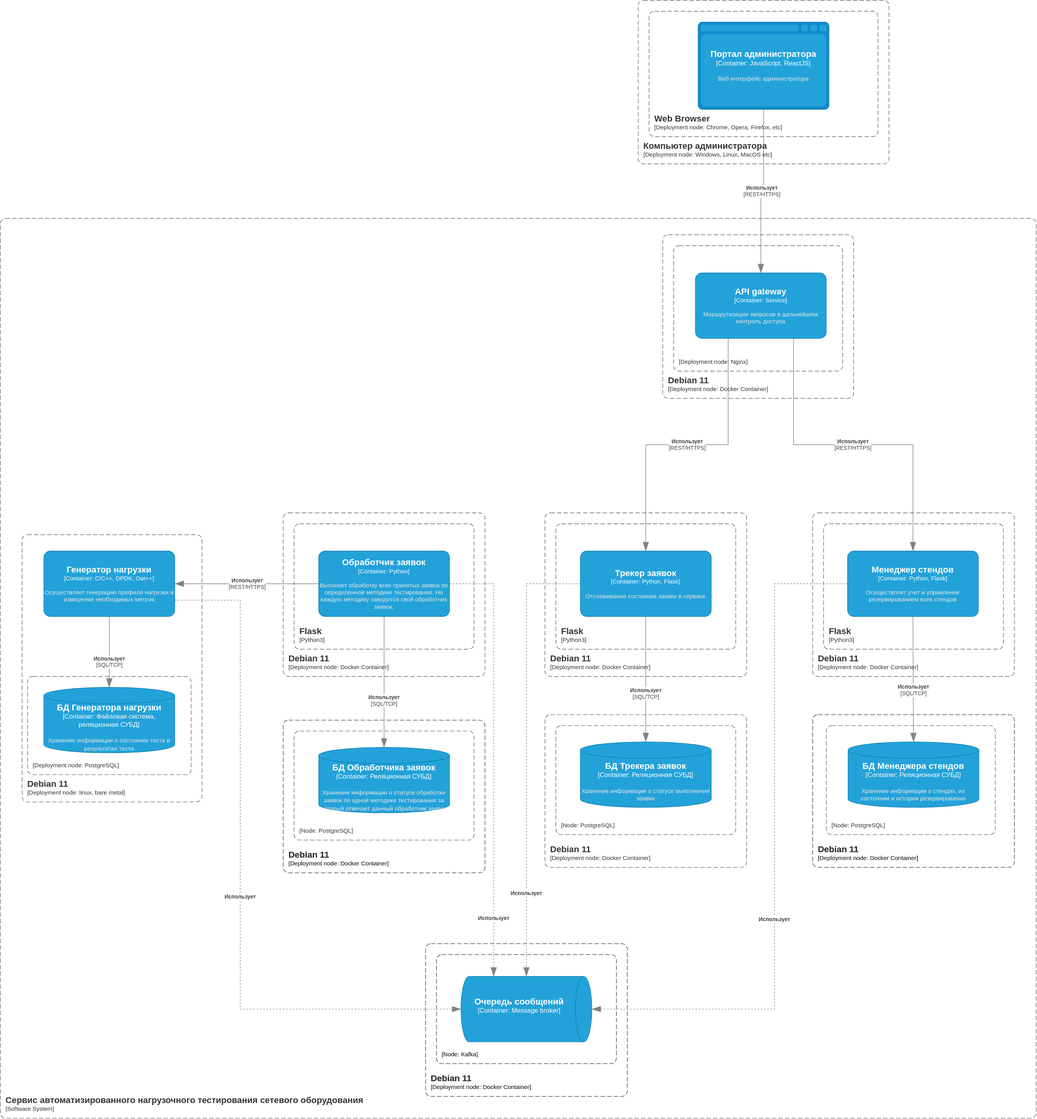
Above: graduate_project/diagrams/system_deployment.svg in ralex29/otus_software_architect_2022_09 (draw.io), before the change. Source tidied: cells renumbered, new cells last; positions are measured from the earlier drawing's top-left corner, leaving out a move shared by most shapes.
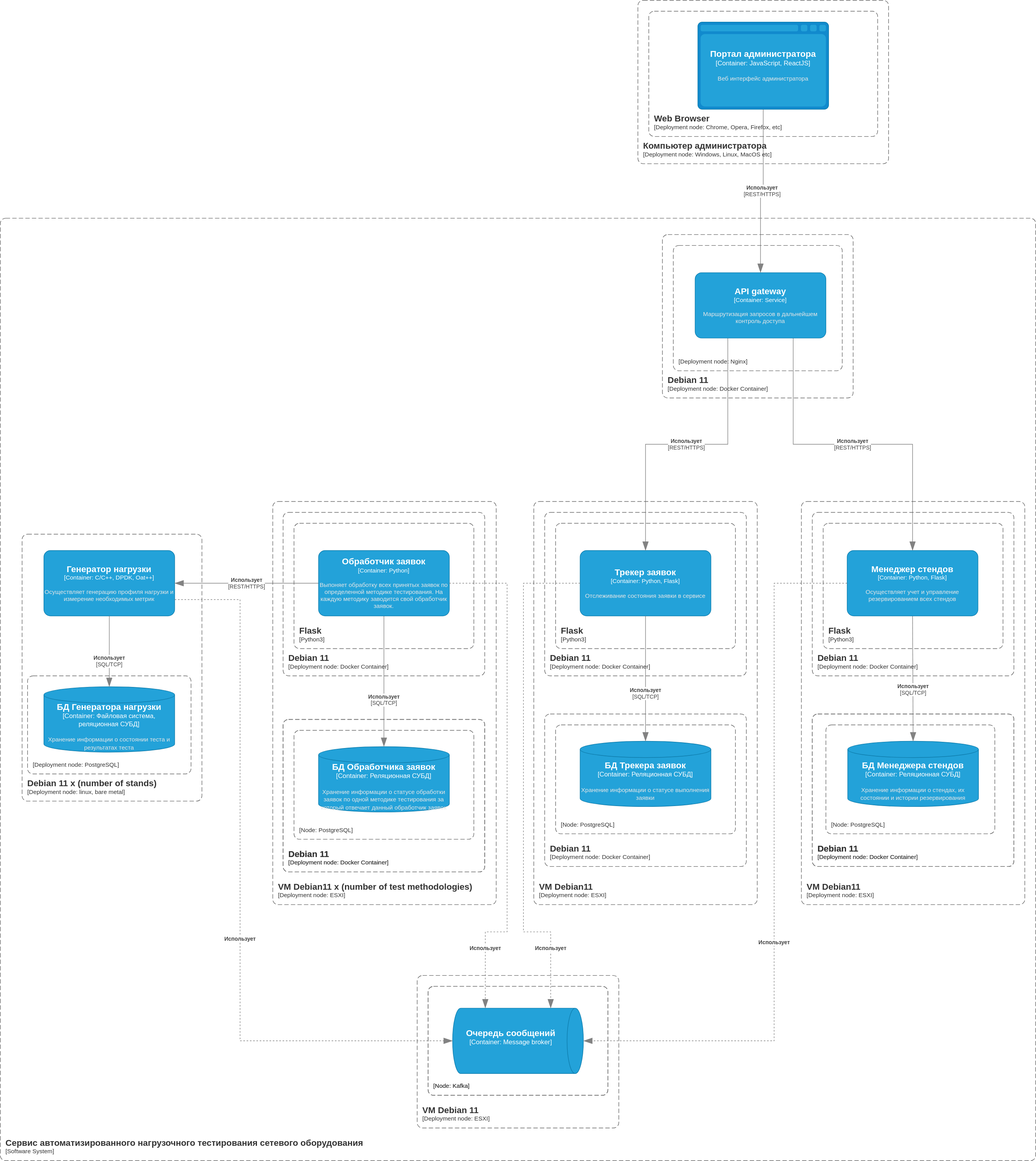
The same file after the commit.

Diff of the diagram source:
```diff
@@ -4,7 +4,7 @@
     <mxCell id="1" parent="0" />
     <object id="2" label="&lt;font style=&quot;font-size: 16px&quot;&gt;&lt;b&gt;&lt;div style=&quot;text-align: left&quot;&gt;%c4Name%&lt;/div&gt;&lt;/b&gt;&lt;/font&gt;&lt;div style=&quot;text-align: left&quot;&gt;[%c4Application%]&lt;/div&gt;" c4Application="Software System" c4Name="Сервис автоматизированного нагрузочного тестирования сетевого оборудования" c4Type="SystemScopeBoundary" placeholders="1">
       <mxCell style="rounded=1;fontSize=11;whiteSpace=wrap;html=1;dashed=1;arcSize=20;fillColor=none;strokeColor=#666666;fontColor=#333333;labelBackgroundColor=none;align=left;verticalAlign=bottom;labelBorderColor=none;spacingTop=0;spacing=10;dashPattern=8 4;perimeter=rectanglePerimeter;noLabel=0;labelPadding=0;absoluteArcSize=1;" parent="1" vertex="1">
-        <mxGeometry y="400" width="1900" height="1650" as="geometry" />
+        <mxGeometry y="400" width="1900" height="1730" as="geometry" />
       </mxCell>
     </object>
     <object id="3" label="&lt;div style=&quot;text-align: left&quot;&gt;&lt;div style=&quot;text-align: center&quot;&gt;&lt;b&gt;%c4Description%&lt;/b&gt;&lt;/div&gt;&lt;div style=&quot;text-align: center&quot;&gt;[%c4Technology%]&lt;/div&gt;&lt;/div&gt;" c4Description="Использует" c4Technology="REST/HTTPS" c4Type="Relationship" placeholders="1">
@@ -159,30 +159,25 @@
         <mxGeometry x="20" y="20" width="330" height="230" as="geometry" />
       </mxCell>
     </object>
-    <object id="35" label="&lt;font style=&quot;font-size: 16px&quot;&gt;&lt;b&gt;&lt;div style=&quot;text-align: left&quot;&gt;%c4Name%&lt;/div&gt;&lt;/b&gt;&lt;/font&gt;&lt;div style=&quot;text-align: left&quot;&gt;[%c4Application%]&lt;/div&gt;" c4Application="Deployment node: linux, bare metal" c4Name="Debian 11" c4Type="ContainerScopeBoundary" placeholders="1">
+    <object id="35" label="&lt;font style=&quot;font-size: 16px&quot;&gt;&lt;b&gt;&lt;div style=&quot;text-align: left&quot;&gt;%c4Name%&lt;/div&gt;&lt;/b&gt;&lt;/font&gt;&lt;div style=&quot;text-align: left&quot;&gt;[%c4Application%]&lt;/div&gt;" c4Application="Deployment node: linux, bare metal" c4Name="Debian 11 x (number of stands)" c4Type="ContainerScopeBoundary" placeholders="1">
       <mxCell style="rounded=1;fontSize=11;whiteSpace=wrap;html=1;dashed=1;arcSize=20;fillColor=none;strokeColor=#666666;fontColor=#333333;labelBackgroundColor=none;align=left;verticalAlign=bottom;labelBorderColor=none;spacingTop=0;spacing=10;dashPattern=8 4;perimeter=rectanglePerimeter;noLabel=0;labelPadding=0;absoluteArcSize=1;" parent="1" vertex="1">
         <mxGeometry x="40" y="980" width="330" height="490" as="geometry" />
       </mxCell>
     </object>
     <mxCell id="36" style="group;" parent="1" vertex="1">
-      <mxGeometry x="780" y="1730" width="370" height="280" as="geometry" />
+      <mxGeometry x="765" y="1790" width="370" height="280" as="geometry" />
     </mxCell>
     <object id="37" label="&lt;font style=&quot;font-size: 16px&quot;&gt;&lt;b&gt;%c4Type%&lt;/b&gt;&lt;/font&gt;&lt;div&gt;[%c4Container%:&amp;nbsp;%c4Technology%]&lt;/div&gt;&lt;br&gt;&lt;div&gt;&lt;font style=&quot;font-size: 11px&quot;&gt;&lt;font color=&quot;#E6E6E6&quot;&gt;%c4Description%&lt;/font&gt;&lt;/div&gt;" c4Container="Container" c4Description="" c4Technology="Message broker" c4Type="Очередь сообщений" placeholders="1">
       <mxCell style="shape=cylinder3;size=15;direction=south;whiteSpace=wrap;html=1;boundedLbl=1;rounded=0;labelBackgroundColor=none;fillColor=#23A2D9;fontSize=12;fontColor=#ffffff;align=center;strokeColor=#0E7DAD;points=[[0.5,0,0],[1,0.25,0],[1,0.5,0],[1,0.75,0],[0.5,1,0],[0,0.75,0],[0,0.5,0],[0,0.25,0]];" parent="36" vertex="1">
         <mxGeometry x="65" y="60" width="240" height="120" as="geometry" />
       </mxCell>
     </object>
-    <object id="38" label="&lt;font style=&quot;font-size: 16px&quot;&gt;&lt;b&gt;&lt;div style=&quot;text-align: left&quot;&gt;%c4Name%&lt;/div&gt;&lt;/b&gt;&lt;/font&gt;&lt;div style=&quot;text-align: left&quot;&gt;[%c4Application%]&lt;/div&gt;" c4Application="Deployment node: Docker Container" c4Name="Debian 11" c4Type="ContainerScopeBoundary" placeholders="1">
-      <mxCell style="rounded=1;fontSize=11;whiteSpace=wrap;html=1;dashed=1;arcSize=20;fillColor=none;strokeColor=#666666;fontColor=#333333;labelBackgroundColor=none;align=left;verticalAlign=bottom;labelBorderColor=none;spacingTop=0;spacing=10;dashPattern=8 4;perimeter=rectanglePerimeter;noLabel=0;labelPadding=0;absoluteArcSize=1;" parent="36" vertex="1">
-        <mxGeometry width="370" height="280" as="geometry" />
-      </mxCell>
-    </object>
     <object id="39" label="&lt;font style=&quot;font-size: 16px&quot;&gt;&lt;b&gt;&lt;div style=&quot;text-align: left&quot;&gt;%c4Name%&lt;/div&gt;&lt;/b&gt;&lt;/font&gt;&lt;div style=&quot;text-align: left&quot;&gt;[%c4Application%]&lt;/div&gt;" c4Application="Node: Kafka" c4Name="" c4Type="ContainerScopeBoundary" placeholders="1">
       <mxCell style="rounded=1;fontSize=11;whiteSpace=wrap;html=1;dashed=1;arcSize=20;fillColor=none;strokeColor=#666666;fontColor=#333333;labelBackgroundColor=none;align=left;verticalAlign=bottom;labelBorderColor=none;spacingTop=0;spacing=10;dashPattern=8 4;perimeter=rectanglePerimeter;noLabel=0;labelPadding=0;absoluteArcSize=1;" parent="36" vertex="1">
         <mxGeometry x="20" y="20" width="330" height="200" as="geometry" />
       </mxCell>
     </object>
-    <object id="40" label="&lt;font style=&quot;font-size: 16px&quot;&gt;&lt;b&gt;&lt;div style=&quot;text-align: left&quot;&gt;%c4Name%&lt;/div&gt;&lt;/b&gt;&lt;/font&gt;&lt;div style=&quot;text-align: left&quot;&gt;[%c4Application%]&lt;/div&gt;" c4Application="Deployment node: Docker Container" c4Name="Debian 11" c4Type="ContainerScopeBoundary" placeholders="1">
+    <object id="40" label="&lt;font style=&quot;font-size: 16px&quot;&gt;&lt;b&gt;&lt;div style=&quot;text-align: left&quot;&gt;%c4Name%&lt;/div&gt;&lt;/b&gt;&lt;/font&gt;&lt;div style=&quot;text-align: left&quot;&gt;[%c4Application%]&lt;/div&gt;" c4Application="Deployment node: ESXI" c4Name="VM Debian 11" c4Type="ContainerScopeBoundary" placeholders="1">
       <mxCell style="rounded=1;fontSize=11;whiteSpace=wrap;html=1;dashed=1;arcSize=20;fillColor=none;strokeColor=#666666;fontColor=#333333;labelBackgroundColor=none;align=left;verticalAlign=bottom;labelBorderColor=none;spacingTop=0;spacing=10;dashPattern=8 4;perimeter=rectanglePerimeter;noLabel=0;labelPadding=0;absoluteArcSize=1;" parent="36" vertex="1">
         <mxGeometry width="370" height="280" as="geometry" />
       </mxCell>
@@ -239,28 +234,32 @@
     </object>
     <object id="51" label="&lt;div style=&quot;text-align: left&quot;&gt;&lt;div style=&quot;text-align: center&quot;&gt;&lt;b&gt;%c4Description%&lt;/b&gt;&lt;/div&gt;" c4Description="Использует" c4Type="Relationship" placeholders="1">
       <mxCell style="endArrow=blockThin;html=1;fontSize=10;fontColor=#404040;strokeWidth=1;endFill=1;strokeColor=#828282;elbow=vertical;endSize=14;startSize=14;jumpStyle=arc;jumpSize=16;rounded=0;edgeStyle=orthogonalEdgeStyle;entryX=0.5;entryY=1;entryDx=0;entryDy=0;entryPerimeter=0;exitX=1;exitY=0.75;exitDx=0;exitDy=0;exitPerimeter=0;dashed=1;" parent="1" edge="1" source="5" target="37">
-        <mxGeometry x="0.04" relative="1" as="geometry">
+        <mxGeometry x="0.13" relative="1" as="geometry">
           <Array as="points">
             <mxPoint x="440" y="1100" />
-            <mxPoint x="440" y="1850" />
+            <mxPoint x="440" y="1910" />
           </Array>
         </mxGeometry>
       </mxCell>
     </object>
     <object id="52" label="&lt;div style=&quot;text-align: left&quot;&gt;&lt;div style=&quot;text-align: center&quot;&gt;&lt;b&gt;%c4Description%&lt;/b&gt;&lt;/div&gt;" c4Description="Использует" c4Type="Relationship" placeholders="1">
-      <mxCell style="endArrow=blockThin;html=1;fontSize=10;fontColor=#404040;strokeWidth=1;endFill=1;strokeColor=#828282;elbow=vertical;endSize=14;startSize=14;jumpStyle=arc;jumpSize=16;rounded=0;edgeStyle=orthogonalEdgeStyle;entryX=0;entryY=0.75;entryDx=0;entryDy=0;entryPerimeter=0;exitX=1;exitY=0.5;exitDx=0;exitDy=0;exitPerimeter=0;dashed=1;" parent="1" edge="1" source="32" target="37">
-        <mxGeometry x="0.73" relative="1" as="geometry">
+      <mxCell style="endArrow=blockThin;html=1;fontSize=10;fontColor=#404040;strokeWidth=1;endFill=1;strokeColor=#828282;elbow=vertical;endSize=14;startSize=14;jumpStyle=arc;jumpSize=16;rounded=0;edgeStyle=orthogonalEdgeStyle;exitX=1;exitY=0.5;exitDx=0;exitDy=0;exitPerimeter=0;dashed=1;entryX=0;entryY=0.75;entryDx=0;entryDy=0;entryPerimeter=0;" parent="1" edge="1" source="32" target="37">
+        <mxGeometry x="0.76" relative="1" as="geometry">
           <Array as="points">
-            <mxPoint x="905" y="1070" />
+            <mxPoint x="930" y="1070" />
+            <mxPoint x="930" y="1710" />
+            <mxPoint x="890" y="1710" />
           </Array>
         </mxGeometry>
       </mxCell>
     </object>
     <object id="53" label="&lt;div style=&quot;text-align: left&quot;&gt;&lt;div style=&quot;text-align: center&quot;&gt;&lt;b&gt;%c4Description%&lt;/b&gt;&lt;/div&gt;" c4Description="Использует" c4Type="Relationship" placeholders="1">
-      <mxCell style="endArrow=blockThin;html=1;fontSize=10;fontColor=#404040;strokeWidth=1;endFill=1;strokeColor=#828282;elbow=vertical;endSize=14;startSize=14;jumpStyle=arc;jumpSize=16;rounded=0;edgeStyle=orthogonalEdgeStyle;entryX=0;entryY=0.5;entryDx=0;entryDy=0;entryPerimeter=0;exitX=0;exitY=0.5;exitDx=0;exitDy=0;exitPerimeter=0;dashed=1;" parent="1" edge="1" source="4" target="37">
-        <mxGeometry x="0.63" relative="1" as="geometry">
+      <mxCell style="endArrow=blockThin;html=1;fontSize=10;fontColor=#404040;strokeWidth=1;endFill=1;strokeColor=#828282;elbow=vertical;endSize=14;startSize=14;jumpStyle=arc;jumpSize=16;rounded=0;edgeStyle=orthogonalEdgeStyle;exitX=0;exitY=0.5;exitDx=0;exitDy=0;exitPerimeter=0;dashed=1;entryX=0;entryY=0.25;entryDx=0;entryDy=0;entryPerimeter=0;" parent="1" edge="1" source="4" target="37">
+        <mxGeometry x="0.76" relative="1" as="geometry">
           <Array as="points">
-            <mxPoint x="965" y="1070" />
+            <mxPoint x="960" y="1070" />
+            <mxPoint x="960" y="1710" />
+            <mxPoint x="1010" y="1710" />
           </Array>
         </mxGeometry>
       </mxCell>
@@ -270,10 +269,25 @@
         <mxGeometry x="0.2" relative="1" as="geometry">
           <Array as="points">
             <mxPoint x="1420" y="1070" />
-            <mxPoint x="1420" y="1850" />
+            <mxPoint x="1420" y="1910" />
           </Array>
         </mxGeometry>
       </mxCell>
     </object>
+    <object id="55" label="&lt;font style=&quot;font-size: 16px&quot;&gt;&lt;b&gt;&lt;div style=&quot;text-align: left&quot;&gt;%c4Name%&lt;/div&gt;&lt;/b&gt;&lt;/font&gt;&lt;div style=&quot;text-align: left&quot;&gt;[%c4Application%]&lt;/div&gt;" c4Application="Deployment node: ESXI" c4Name="VM Debian11 x (number of test methodologies)" c4Type="ContainerScopeBoundary" placeholders="1">
+      <mxCell style="rounded=1;fontSize=11;whiteSpace=wrap;html=1;dashed=1;arcSize=20;fillColor=none;strokeColor=#666666;fontColor=#333333;labelBackgroundColor=none;align=left;verticalAlign=bottom;labelBorderColor=none;spacingTop=0;spacing=10;dashPattern=8 4;perimeter=rectanglePerimeter;noLabel=0;labelPadding=0;absoluteArcSize=1;" parent="1" vertex="1">
+        <mxGeometry x="500" y="920" width="410" height="740" as="geometry" />
+      </mxCell>
+    </object>
+    <object id="56" label="&lt;font style=&quot;font-size: 16px&quot;&gt;&lt;b&gt;&lt;div style=&quot;text-align: left&quot;&gt;%c4Name%&lt;/div&gt;&lt;/b&gt;&lt;/font&gt;&lt;div style=&quot;text-align: left&quot;&gt;[%c4Application%]&lt;/div&gt;" c4Application="Deployment node: ESXI" c4Name="VM Debian11" c4Type="ContainerScopeBoundary" placeholders="1">
+      <mxCell style="rounded=1;fontSize=11;whiteSpace=wrap;html=1;dashed=1;arcSize=20;fillColor=none;strokeColor=#666666;fontColor=#333333;labelBackgroundColor=none;align=left;verticalAlign=bottom;labelBorderColor=none;spacingTop=0;spacing=10;dashPattern=8 4;perimeter=rectanglePerimeter;noLabel=0;labelPadding=0;absoluteArcSize=1;" parent="1" vertex="1">
+        <mxGeometry x="979" y="920" width="410" height="740" as="geometry" />
+      </mxCell>
+    </object>
+    <object id="57" label="&lt;font style=&quot;font-size: 16px&quot;&gt;&lt;b&gt;&lt;div style=&quot;text-align: left&quot;&gt;%c4Name%&lt;/div&gt;&lt;/b&gt;&lt;/font&gt;&lt;div style=&quot;text-align: left&quot;&gt;[%c4Application%]&lt;/div&gt;" c4Application="Deployment node: ESXI" c4Name="VM Debian11" c4Type="ContainerScopeBoundary" placeholders="1">
+      <mxCell style="rounded=1;fontSize=11;whiteSpace=wrap;html=1;dashed=1;arcSize=20;fillColor=none;strokeColor=#666666;fontColor=#333333;labelBackgroundColor=none;align=left;verticalAlign=bottom;labelBorderColor=none;spacingTop=0;spacing=10;dashPattern=8 4;perimeter=rectanglePerimeter;noLabel=0;labelPadding=0;absoluteArcSize=1;" parent="1" vertex="1">
+        <mxGeometry x="1470" y="920" width="410" height="740" as="geometry" />
+      </mxCell>
+    </object>
   </root>
 </mxGraphModel>
```
